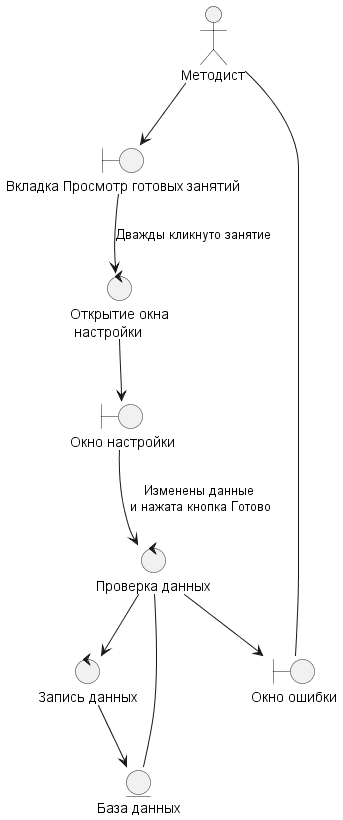
Earlier version of the PlantUML export UML/out/Prigodnosty/PrIspravlenieZanyatia/PrIspravlenieZanyatia.wsd.png (Undetaker45/MDKP).
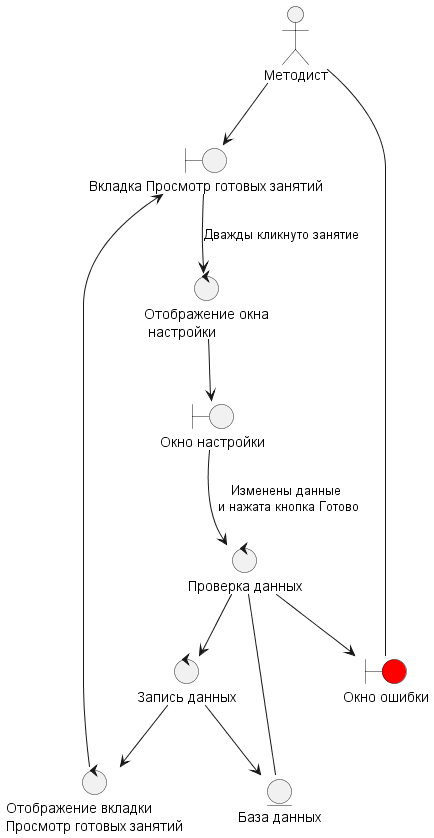
After the change.

Diff of the diagram source:
```diff
@@ -2,15 +2,16 @@
 
 actor "Методист" as pl
 
-control "Открытие окна\n настройки" as co
+control "Отображение окна\n настройки" as co
 control "Проверка данных" as co1
 control "Запись данных" as co2
+control "Отображение вкладки \nПросмотр готовых занятий" as co3
 
 boundary "Окно настройки" as bo1
 boundary "Вкладка Просмотр готовых занятий" as bo
 
 entity "База данных" as en
-boundary "Окно ошибки" as err
+boundary "Окно ошибки" as err #Red
 
 pl --> bo
 bo --> co : Дважды кликнуто занятие
@@ -21,5 +22,7 @@
 err -- pl
 co1 --> co2
 co2 --> en
+co2 --> co3
+co3 --> bo
 
 @enduml
```
